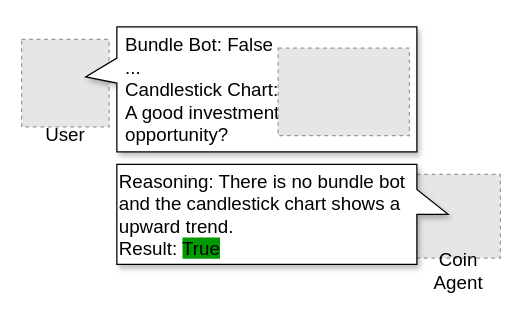
Earlier version of the draw.io diagram diagram/wo_cot.drawio (lyc0603/meme). Source tidied: cells renumbered, new cells numbered last; positions are measured from the earlier drawing's top-left corner, leaving out a move shared by most shapes. Both pictures are drawn from the tidied source at 125%, with x=0, y=0 at pixel (21, 26). Pictures stored in the file or linked from it are replaced by grey dashed boxes.
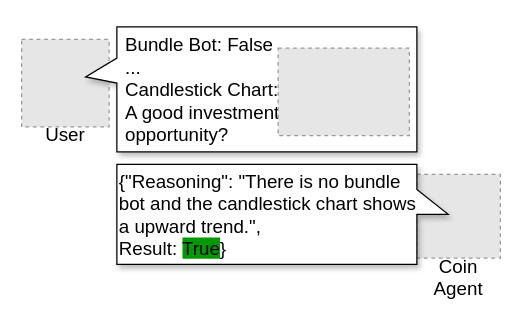
After the change.

Commit message (it also covers changes not shown here):
update flow diagram

Diff of the diagram source:
```diff
@@
 <mxGraphModel>
   <root>
     <mxCell id="0" />
     <mxCell id="1" parent="0" />
     <mxCell id="2" style="fillColor=#E6E6E6;strokeColor=#999999;dashed=1;verticalLabelPosition=bottom;labelBackgroundColor=default;verticalAlign=top;fontSize=15;" parent="1" vertex="1">
       <mxGeometry x="-0.2" y="10" width="70" height="70" as="geometry" />
     </mxCell>
     <mxCell id="3" value="User" style="text;html=1;align=center;verticalAlign=middle;whiteSpace=wrap;rounded=0;fontStyle=0;fontSize=15;" parent="1" vertex="1">
       <mxGeometry x="11" y="80" width="47.5" height="11" as="geometry" />
     </mxCell>
     <mxCell id="4" style="shape=callout;whiteSpace=wrap;html=1;perimeter=calloutPerimeter;direction=south;size=25;position=0.25;position2=0.4;shadow=1;fontSize=15;" parent="1" vertex="1">
       <mxGeometry x="51" width="265" height="100" as="geometry" />
     </mxCell>
     <mxCell id="5" value="Bundle Bot: False&lt;div&gt;...&lt;/div&gt;&lt;div&gt;Candlestick Chart:&lt;/div&gt;&lt;div&gt;A good investment opportunity?&lt;/div&gt;" style="text;html=1;whiteSpace=wrap;strokeColor=none;fillColor=none;align=left;verticalAlign=middle;rounded=0;fontSize=15;" parent="1" vertex="1">
       <mxGeometry x="81" y="12" width="140" height="75" as="geometry" />
     </mxCell>
     <mxCell id="6" style="fillColor=#E6E6E6;strokeColor=#999999;dashed=1;verticalLabelPosition=bottom;labelBackgroundColor=default;verticalAlign=top;fontSize=15;" parent="1" vertex="1">
       <mxGeometry x="205" y="17" width="105" height="70" as="geometry" />
     </mxCell>
     <mxCell id="7" style="fillColor=#E6E6E6;strokeColor=#999999;dashed=1;verticalLabelPosition=bottom;labelBackgroundColor=default;verticalAlign=top;fontSize=15;" parent="1" vertex="1">
       <mxGeometry x="315.9" y="118" width="66.9" height="66.9" as="geometry" />
     </mxCell>
-    <mxCell id="8" value="&lt;span&gt;Reasoning: There is no bundle bot and the candlestick chart shows a upward trend.&lt;/span&gt;&lt;div&gt;&lt;div&gt;Result: &lt;span style=&quot;background-color: rgb(0, 153, 0);&quot;&gt;True&lt;/span&gt;&lt;/div&gt;&lt;/div&gt;" style="shape=callout;whiteSpace=wrap;html=1;perimeter=calloutPerimeter;direction=south;size=25;position=0.25;position2=0.5;flipH=1;legacyAnchorPoints=0;align=left;shadow=1;fontSize=15;" parent="1" vertex="1">
+    <mxCell id="8" value="&lt;span&gt;{&quot;Reasoning&quot;: &quot;There is no bundle bot and the candlestick chart shows a upward trend.&quot;,&lt;/span&gt;&lt;div&gt;&lt;div&gt;Result: &lt;span style=&quot;background-color: rgb(0, 153, 0);&quot;&gt;True&lt;/span&gt;&lt;span&gt;}&lt;/span&gt;&lt;/div&gt;&lt;/div&gt;" style="shape=callout;whiteSpace=wrap;html=1;perimeter=calloutPerimeter;direction=south;size=25;position=0.25;position2=0.5;flipH=1;legacyAnchorPoints=0;align=left;shadow=1;fontSize=15;" parent="1" vertex="1">
       <mxGeometry x="76" y="110" width="265" height="80" as="geometry" />
     </mxCell>
     <mxCell id="9" value="Coin Agent" style="text;html=1;align=center;verticalAlign=middle;whiteSpace=wrap;rounded=0;fontStyle=0;fontSize=15;" parent="1" vertex="1">
-      <mxGeometry x="318.9" y="180" width="61" height="30" as="geometry" />
+      <mxGeometry x="318.9" y="184.9" width="61" height="30" as="geometry" />
     </mxCell>
   </root>
 </mxGraphModel>
```
